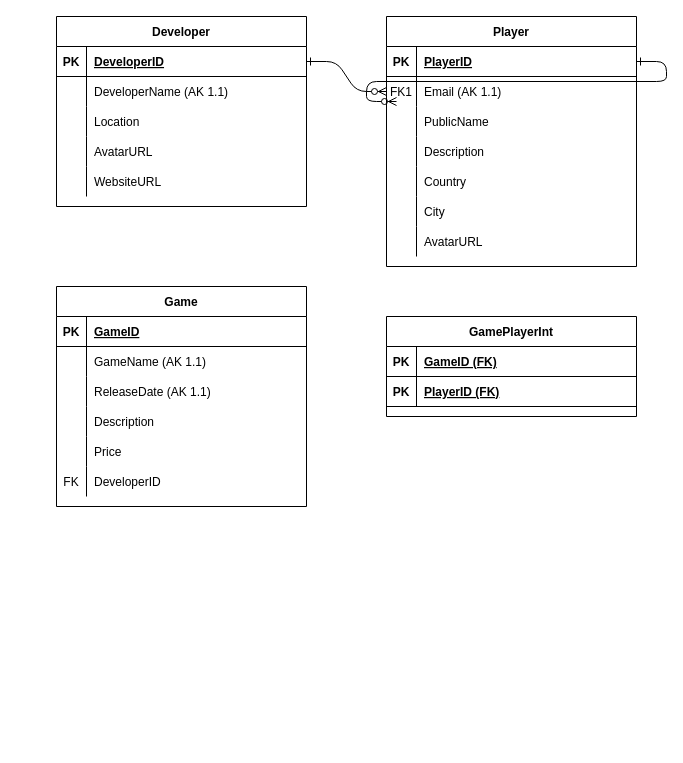
Above: lab3.drawio in darleet/iu9-db (draw.io), before the change. Source tidied: cells renumbered, new cells numbered last; positions are measured from the earlier drawing's top-left corner, leaving out a move shared by most shapes. Both pictures are drawn from the tidied source at 100%, with x=0, y=0 at pixel (56, 16).
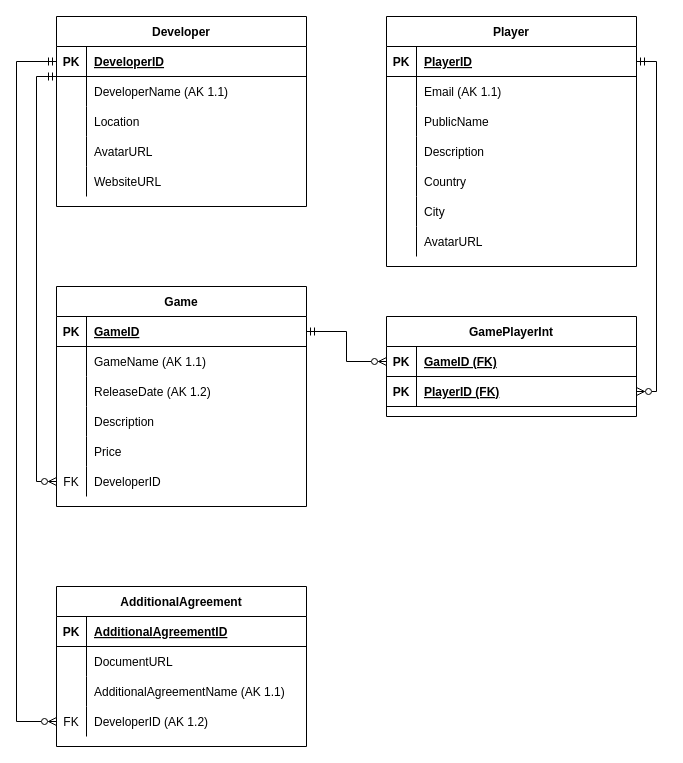
The same diagram, later.

The change refers to these unchanged cells:
```xml
<mxCell id="5" style="shape=partialRectangle;fillColor=none;points=[[0,0.5],[1,0.5]];portConstraint=eastwest;top=0;left=0;right=0;bottom=1;" parent="4" vertex="1">
  <mxGeometry y="30" width="250" height="30" as="geometry" />
</mxCell>
<mxCell id="8" style="shape=partialRectangle;fillColor=none;points=[[0,0.5],[1,0.5]];portConstraint=eastwest;top=0;left=0;right=0;bottom=0;" parent="4" vertex="1">
  <mxGeometry y="60" width="250" height="30" as="geometry" />
</mxCell>
<mxCell id="26" value="GamePlayerInt" style="shape=table;startSize=30;childLayout=tableLayout;rowLines=0;fontStyle=1;align=center;" parent="1" vertex="1">
  <mxGeometry x="330" y="300" width="250" height="100" as="geometry" />
</mxCell>
<mxCell id="27" style="shape=partialRectangle;fillColor=none;points=[[0,0.5],[1,0.5]];portConstraint=eastwest;top=0;left=0;right=0;bottom=1;strokeColor=inherit;" parent="26" vertex="1">
  <mxGeometry y="30" width="250" height="30" as="geometry" />
</mxCell>
<mxCell id="34" style="shape=partialRectangle;fillColor=none;points=[[0,0.5],[1,0.5]];portConstraint=eastwest;top=0;left=0;right=0;bottom=1;" parent="33" vertex="1">
  <mxGeometry y="30" width="250" height="30" as="geometry" />
</mxCell>
<mxCell id="50" style="shape=partialRectangle;fillColor=none;points=[[0,0.5],[1,0.5]];portConstraint=eastwest;top=0;left=0;right=0;bottom=1;" parent="49" vertex="1">
  <mxGeometry y="30" width="250" height="30" as="geometry" />
</mxCell>
<mxCell id="56" style="shape=partialRectangle;fillColor=none;top=0;left=0;right=0;bottom=0;" parent="49" vertex="1">
  <mxGeometry y="90" width="250" height="30" as="geometry" />
</mxCell>
<mxCell id="65" style="shape=partialRectangle;fillColor=none;points=[[0,0.5],[1,0.5]];portConstraint=eastwest;top=0;left=0;right=0;bottom=0;" parent="49" vertex="1">
  <mxGeometry y="180" width="250" height="30" as="geometry" />
</mxCell>
```

Change to the diagram source:
```diff
@@
-    <mxCell id="2" style="edgeStyle=entityRelationEdgeStyle;endArrow=ERzeroToMany;startArrow=ERone;endFill=1;startFill=0;" parent="1" edge="1" source="34" target="8">
-      <mxGeometry relative="1" as="geometry" />
-    </mxCell>
-    <mxCell id="3" style="edgeStyle=entityRelationEdgeStyle;endArrow=ERzeroToMany;startArrow=ERone;endFill=1;startFill=0;" parent="1" edge="1" source="5">
-      <mxGeometry relative="1" as="geometry">
-        <mxPoint x="340" y="85" as="targetPoint" />
-      </mxGeometry>
-    </mxCell>
@@
-    <mxCell id="9" value="FK1" style="shape=partialRectangle;overflow=hidden;fillColor=none;top=0;left=0;bottom=0;right=0;" parent="8" vertex="1">
+    <mxCell id="9" style="shape=partialRectangle;overflow=hidden;fillColor=none;top=0;left=0;bottom=0;right=0;" parent="8" vertex="1">
       <mxGeometry width="30" height="30" as="geometry" />
     </mxCell>
@@
+    <mxCell id="68" style="edgeStyle=orthogonalEdgeStyle;rounded=0;jettySize=auto;html=1;exitX=1;exitY=0.75;exitDx=0;exitDy=0;entryX=1;entryY=0.5;entryDx=0;entryDy=0;endArrow=ERmandOne;endFill=0;startArrow=ERzeroToMany;startFill=0;" parent="1" edge="1" source="26" target="5">
+      <mxGeometry relative="1" as="geometry" />
+    </mxCell>
@@
-    <mxCell id="58" value="ReleaseDate (AK 1.1)" style="shape=partialRectangle;overflow=hidden;fillColor=none;top=0;left=0;bottom=0;right=0;align=left;spacingLeft=6;" parent="56" vertex="1">
+    <mxCell id="58" value="ReleaseDate (AK 1.2)" style="shape=partialRectangle;overflow=hidden;fillColor=none;top=0;left=0;bottom=0;right=0;align=left;spacingLeft=6;" parent="56" vertex="1">
       <mxGeometry x="30" width="220" height="30" as="geometry" />
     </mxCell>
@@
+    <mxCell id="69" style="edgeStyle=orthogonalEdgeStyle;rounded=0;jettySize=auto;html=1;exitX=0;exitY=0.5;exitDx=0;exitDy=0;endArrow=ERmandOne;endFill=0;startArrow=ERzeroToMany;startFill=0;" parent="1" edge="1" source="65">
+      <mxGeometry relative="1" as="geometry">
+        <mxPoint y="60" as="targetPoint" />
+        <Array as="points">
+          <mxPoint x="-20" y="465" />
+          <mxPoint x="-20" y="60" />
+          <mxPoint y="60" />
+        </Array>
+      </mxGeometry>
+    </mxCell>
+    <mxCell id="70" style="edgeStyle=orthogonalEdgeStyle;rounded=0;jettySize=auto;html=1;exitX=1;exitY=0.5;exitDx=0;exitDy=0;endArrow=ERzeroToMany;endFill=0;startArrow=ERmandOne;startFill=0;" parent="1" edge="1" source="50" target="27">
+      <mxGeometry relative="1" as="geometry" />
+    </mxCell>
+    <mxCell id="71" value="AdditionalAgreement" style="shape=table;startSize=30;childLayout=tableLayout;rowLines=0;fontStyle=1;align=center;" parent="1" vertex="1">
+      <mxGeometry y="570" width="250" height="160" as="geometry" />
+    </mxCell>
+    <mxCell id="72" style="shape=partialRectangle;fillColor=none;top=0;left=0;right=0;bottom=1;" parent="71" vertex="1">
+      <mxGeometry y="30" width="250" height="30" as="geometry" />
+    </mxCell>
+    <mxCell id="73" value="PK" style="shape=partialRectangle;overflow=hidden;fillColor=none;top=0;left=0;bottom=0;right=0;fontStyle=1;" parent="72" vertex="1">
+      <mxGeometry width="30" height="30" as="geometry" />
+    </mxCell>
+    <mxCell id="74" value="AdditionalAgreementID" style="shape=partialRectangle;overflow=hidden;fillColor=none;top=0;left=0;bottom=0;right=0;align=left;spacingLeft=6;fontStyle=5;" parent="72" vertex="1">
+      <mxGeometry x="30" width="220" height="30" as="geometry" />
+    </mxCell>
+    <mxCell id="75" style="shape=partialRectangle;fillColor=none;top=0;left=0;right=0;bottom=0;" parent="71" vertex="1">
+      <mxGeometry y="60" width="250" height="30" as="geometry" />
+    </mxCell>
+    <mxCell id="76" style="shape=partialRectangle;overflow=hidden;fillColor=none;top=0;left=0;bottom=0;right=0;" parent="75" vertex="1">
+      <mxGeometry width="30" height="30" as="geometry" />
+    </mxCell>
+    <mxCell id="77" value="DocumentURL" style="shape=partialRectangle;overflow=hidden;fillColor=none;top=0;left=0;bottom=0;right=0;align=left;spacingLeft=6;" parent="75" vertex="1">
+      <mxGeometry x="30" width="220" height="30" as="geometry" />
+    </mxCell>
+    <mxCell id="78" style="shape=partialRectangle;fillColor=none;top=0;left=0;right=0;bottom=0;" parent="71" vertex="1">
+      <mxGeometry y="90" width="250" height="30" as="geometry" />
+    </mxCell>
+    <mxCell id="79" style="shape=partialRectangle;overflow=hidden;fillColor=none;top=0;left=0;bottom=0;right=0;" parent="78" vertex="1">
+      <mxGeometry width="30" height="30" as="geometry" />
+    </mxCell>
+    <mxCell id="80" value="AdditionalAgreementName (AK 1.1)" style="shape=partialRectangle;overflow=hidden;fillColor=none;top=0;left=0;bottom=0;right=0;align=left;spacingLeft=6;" parent="78" vertex="1">
+      <mxGeometry x="30" width="220" height="30" as="geometry" />
+    </mxCell>
+    <mxCell id="81" style="shape=partialRectangle;fillColor=none;points=[[0,0.5],[1,0.5]];portConstraint=eastwest;top=0;left=0;right=0;bottom=0;" parent="71" vertex="1">
+      <mxGeometry y="120" width="250" height="30" as="geometry" />
+    </mxCell>
+    <mxCell id="82" value="FK" style="shape=partialRectangle;overflow=hidden;fillColor=none;top=0;left=0;bottom=0;right=0;" parent="81" vertex="1">
+      <mxGeometry width="30" height="30" as="geometry" />
+    </mxCell>
+    <mxCell id="83" value="DeveloperID (AK 1.2)" style="shape=partialRectangle;overflow=hidden;fillColor=none;top=0;left=0;bottom=0;right=0;align=left;spacingLeft=6;" parent="81" vertex="1">
+      <mxGeometry x="30" width="220" height="30" as="geometry" />
+    </mxCell>
+    <mxCell id="84" style="edgeStyle=orthogonalEdgeStyle;rounded=0;jettySize=auto;html=1;exitX=0;exitY=0.5;exitDx=0;exitDy=0;entryX=0;entryY=0.5;entryDx=0;entryDy=0;endArrow=ERmandOne;endFill=0;startArrow=ERzeroToMany;startFill=0;" parent="1" edge="1" source="81" target="34">
+      <mxGeometry relative="1" as="geometry">
+        <Array as="points">
+          <mxPoint x="-40" y="705" />
+          <mxPoint x="-40" y="45" />
+        </Array>
+      </mxGeometry>
+    </mxCell>
```
